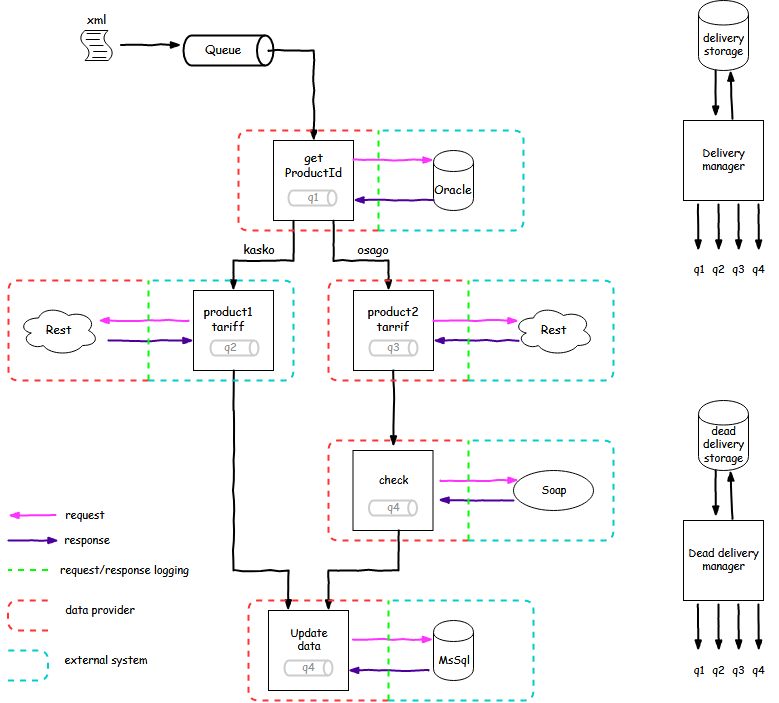
Earlier version of the draw.io export api.png (bot-rogerthat/elk). Source tidied: cells renumbered, new cells last; positions are measured from the earlier drawing's top-left corner, leaving out a move shared by most shapes.
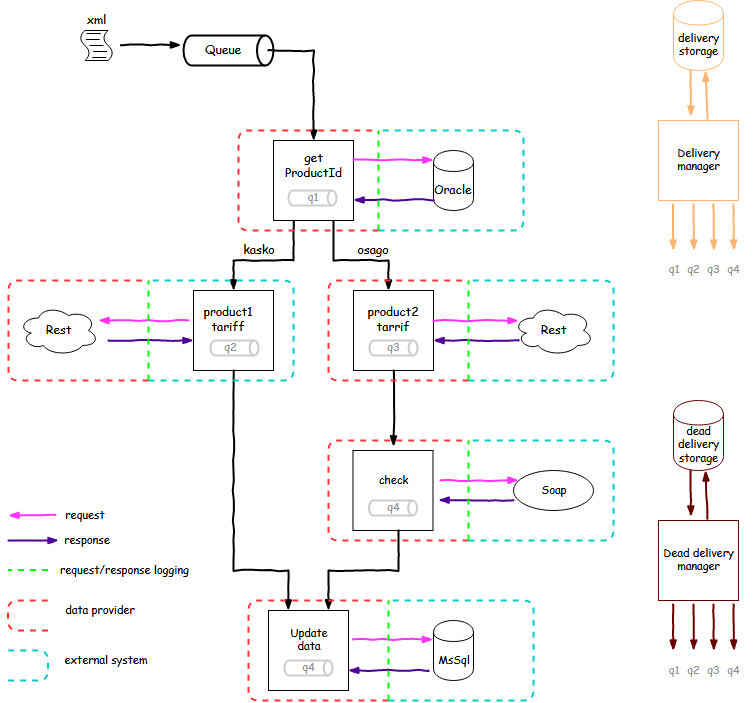
The same diagram one commit later.

The edit, as a diff of the source:
```diff
@@ -391,109 +391,109 @@
     <mxCell id="75" value="q4" style="text;html=1;strokeColor=none;fillColor=none;align=center;verticalAlign=middle;whiteSpace=wrap;rounded=0;labelBackgroundColor=none;fontFamily=Comic Sans MS;fontSize=11;fontColor=#8F8F8F;" parent="1" vertex="1">
       <mxGeometry x="280" y="657.5" width="40" height="20" as="geometry" />
     </mxCell>
-    <mxCell id="76" value="delivery storage" style="shape=cylinder;whiteSpace=wrap;html=1;boundedLbl=1;backgroundOutline=1;labelBackgroundColor=none;strokeColor=#000000;fontFamily=Comic Sans MS;fontSize=11;fontColor=#000000;align=center;" parent="1" vertex="1">
-      <mxGeometry x="690" width="50" height="70" as="geometry" />
+    <mxCell id="76" value="delivery storage" style="shape=cylinder;whiteSpace=wrap;html=1;boundedLbl=1;backgroundOutline=1;labelBackgroundColor=none;strokeColor=#FFB570;fontFamily=Comic Sans MS;fontSize=11;fontColor=#000000;align=center;" parent="1" vertex="1">
+      <mxGeometry x="665" width="50" height="70" as="geometry" />
     </mxCell>
-    <mxCell id="77" value="Delivery manager" style="whiteSpace=wrap;html=1;labelBackgroundColor=none;strokeColor=#000000;fontFamily=Comic Sans MS;fontSize=11;fontColor=#000000;align=center;" parent="1" vertex="1">
-      <mxGeometry x="675" y="120" width="80" height="80" as="geometry" />
+    <mxCell id="77" value="Delivery manager" style="whiteSpace=wrap;html=1;labelBackgroundColor=none;strokeColor=#FFB570;fontFamily=Comic Sans MS;fontSize=11;fontColor=#000000;align=center;" parent="1" vertex="1">
+      <mxGeometry x="650" y="120" width="80" height="80" as="geometry" />
     </mxCell>
-    <mxCell id="78" style="rounded=0;comic=1;strokeWidth=2;endArrow=blockThin;html=1;fontFamily=Comic Sans MS;fontStyle=1;entryX=0.403;entryY=-0.049;entryDx=0;entryDy=0;entryPerimeter=0;" parent="1" edge="1" target="77">
+    <mxCell id="78" style="rounded=0;comic=1;strokeWidth=2;endArrow=blockThin;html=1;fontFamily=Comic Sans MS;fontStyle=1;entryX=0.403;entryY=-0.049;entryDx=0;entryDy=0;entryPerimeter=0;strokeColor=#FFB570;" parent="1" edge="1" target="77">
       <mxGeometry relative="1" as="geometry">
-        <mxPoint x="707" y="70" as="sourcePoint" />
+        <mxPoint x="682" y="70" as="sourcePoint" />
       </mxGeometry>
     </mxCell>
-    <mxCell id="79" style="rounded=0;comic=1;strokeWidth=2;endArrow=blockThin;html=1;fontFamily=Comic Sans MS;fontStyle=1;exitX=0.61;exitY=-0.023;exitDx=0;exitDy=0;exitPerimeter=0;" parent="1" edge="1" source="77">
+    <mxCell id="79" style="rounded=0;comic=1;strokeWidth=2;endArrow=blockThin;html=1;fontFamily=Comic Sans MS;fontStyle=1;exitX=0.61;exitY=-0.023;exitDx=0;exitDy=0;exitPerimeter=0;strokeColor=#FFB570;" parent="1" edge="1" source="77">
       <mxGeometry relative="1" as="geometry">
-        <mxPoint x="722" y="70" as="targetPoint" />
+        <mxPoint x="697" y="70" as="targetPoint" />
       </mxGeometry>
     </mxCell>
-    <mxCell id="80" style="rounded=0;comic=1;strokeWidth=2;endArrow=blockThin;html=1;fontFamily=Comic Sans MS;fontStyle=1;entryX=0.403;entryY=-0.049;entryDx=0;entryDy=0;entryPerimeter=0;" parent="1" edge="1">
+    <mxCell id="80" style="rounded=0;comic=1;strokeWidth=2;endArrow=blockThin;html=1;fontFamily=Comic Sans MS;fontStyle=1;entryX=0.403;entryY=-0.049;entryDx=0;entryDy=0;entryPerimeter=0;strokeColor=#FFB570;" parent="1" edge="1">
       <mxGeometry relative="1" as="geometry">
-        <mxPoint x="689.5" y="204" as="sourcePoint" />
-        <mxPoint x="689.8" y="250.1" as="targetPoint" />
+        <mxPoint x="664.5" y="204" as="sourcePoint" />
+        <mxPoint x="664.8" y="250.1" as="targetPoint" />
       </mxGeometry>
     </mxCell>
-    <mxCell id="81" style="rounded=0;comic=1;strokeWidth=2;endArrow=blockThin;html=1;fontFamily=Comic Sans MS;fontStyle=1;entryX=0.403;entryY=-0.049;entryDx=0;entryDy=0;entryPerimeter=0;" parent="1" edge="1">
+    <mxCell id="81" style="rounded=0;comic=1;strokeWidth=2;endArrow=blockThin;html=1;fontFamily=Comic Sans MS;fontStyle=1;entryX=0.403;entryY=-0.049;entryDx=0;entryDy=0;entryPerimeter=0;strokeColor=#FFB570;" parent="1" edge="1">
       <mxGeometry relative="1" as="geometry">
-        <mxPoint x="710" y="204" as="sourcePoint" />
-        <mxPoint x="710.3" y="250.1" as="targetPoint" />
+        <mxPoint x="685" y="204" as="sourcePoint" />
+        <mxPoint x="685.3" y="250.1" as="targetPoint" />
       </mxGeometry>
     </mxCell>
-    <mxCell id="82" style="rounded=0;comic=1;strokeWidth=2;endArrow=blockThin;html=1;fontFamily=Comic Sans MS;fontStyle=1;entryX=0.403;entryY=-0.049;entryDx=0;entryDy=0;entryPerimeter=0;" parent="1" edge="1">
+    <mxCell id="82" style="rounded=0;comic=1;strokeWidth=2;endArrow=blockThin;html=1;fontFamily=Comic Sans MS;fontStyle=1;entryX=0.403;entryY=-0.049;entryDx=0;entryDy=0;entryPerimeter=0;strokeColor=#FFB570;" parent="1" edge="1">
       <mxGeometry relative="1" as="geometry">
-        <mxPoint x="730" y="204" as="sourcePoint" />
-        <mxPoint x="730.3" y="250.1" as="targetPoint" />
+        <mxPoint x="705" y="204" as="sourcePoint" />
+        <mxPoint x="705.3" y="250.1" as="targetPoint" />
       </mxGeometry>
     </mxCell>
-    <mxCell id="83" style="rounded=0;comic=1;strokeWidth=2;endArrow=blockThin;html=1;fontFamily=Comic Sans MS;fontStyle=1;entryX=0.403;entryY=-0.049;entryDx=0;entryDy=0;entryPerimeter=0;" parent="1" edge="1">
+    <mxCell id="83" style="rounded=0;comic=1;strokeWidth=2;endArrow=blockThin;html=1;fontFamily=Comic Sans MS;fontStyle=1;entryX=0.403;entryY=-0.049;entryDx=0;entryDy=0;entryPerimeter=0;strokeColor=#FFB570;" parent="1" edge="1">
       <mxGeometry relative="1" as="geometry">
-        <mxPoint x="750" y="204" as="sourcePoint" />
-        <mxPoint x="750.3" y="250.1" as="targetPoint" />
+        <mxPoint x="725" y="204" as="sourcePoint" />
+        <mxPoint x="725.3" y="250.1" as="targetPoint" />
       </mxGeometry>
     </mxCell>
-    <mxCell id="84" value="q1" style="text;html=1;strokeColor=none;fillColor=none;align=center;verticalAlign=middle;whiteSpace=wrap;rounded=0;labelBackgroundColor=none;fontFamily=Comic Sans MS;fontSize=11;fontColor=#000000;" parent="1" vertex="1">
-      <mxGeometry x="670" y="260" width="40" height="20" as="geometry" />
+    <mxCell id="84" value="q1" style="text;html=1;strokeColor=none;fillColor=none;align=center;verticalAlign=middle;whiteSpace=wrap;rounded=0;labelBackgroundColor=none;fontFamily=Comic Sans MS;fontSize=11;fontColor=#8F8F8F;" parent="1" vertex="1">
+      <mxGeometry x="645" y="260" width="40" height="20" as="geometry" />
     </mxCell>
-    <mxCell id="85" value="q2" style="text;html=1;strokeColor=none;fillColor=none;align=center;verticalAlign=middle;whiteSpace=wrap;rounded=0;labelBackgroundColor=none;fontFamily=Comic Sans MS;fontSize=11;fontColor=#000000;" parent="1" vertex="1">
-      <mxGeometry x="690" y="260" width="40" height="20" as="geometry" />
+    <mxCell id="85" value="q2" style="text;html=1;strokeColor=none;fillColor=none;align=center;verticalAlign=middle;whiteSpace=wrap;rounded=0;labelBackgroundColor=none;fontFamily=Comic Sans MS;fontSize=11;fontColor=#8F8F8F;" parent="1" vertex="1">
+      <mxGeometry x="665" y="260" width="40" height="20" as="geometry" />
     </mxCell>
-    <mxCell id="86" value="q3" style="text;html=1;strokeColor=none;fillColor=none;align=center;verticalAlign=middle;whiteSpace=wrap;rounded=0;labelBackgroundColor=none;fontFamily=Comic Sans MS;fontSize=11;fontColor=#000000;" parent="1" vertex="1">
-      <mxGeometry x="710" y="260" width="40" height="20" as="geometry" />
+    <mxCell id="86" value="q3" style="text;html=1;strokeColor=none;fillColor=none;align=center;verticalAlign=middle;whiteSpace=wrap;rounded=0;labelBackgroundColor=none;fontFamily=Comic Sans MS;fontSize=11;fontColor=#8F8F8F;" parent="1" vertex="1">
+      <mxGeometry x="685" y="260" width="40" height="20" as="geometry" />
     </mxCell>
-    <mxCell id="87" value="q4" style="text;html=1;strokeColor=none;fillColor=none;align=center;verticalAlign=middle;whiteSpace=wrap;rounded=0;labelBackgroundColor=none;fontFamily=Comic Sans MS;fontSize=11;fontColor=#000000;" parent="1" vertex="1">
-      <mxGeometry x="730" y="260" width="40" height="20" as="geometry" />
+    <mxCell id="87" value="q4" style="text;html=1;strokeColor=none;fillColor=none;align=center;verticalAlign=middle;whiteSpace=wrap;rounded=0;labelBackgroundColor=none;fontFamily=Comic Sans MS;fontSize=11;fontColor=#8F8F8F;" parent="1" vertex="1">
+      <mxGeometry x="705" y="260" width="40" height="20" as="geometry" />
     </mxCell>
-    <mxCell id="88" value="&lt;div&gt;dead&lt;/div&gt;&lt;div&gt;delivery storage&lt;/div&gt;" style="shape=cylinder;whiteSpace=wrap;html=1;boundedLbl=1;backgroundOutline=1;labelBackgroundColor=none;strokeColor=#000000;fontFamily=Comic Sans MS;fontSize=11;fontColor=#000000;align=center;" parent="1" vertex="1">
-      <mxGeometry x="690" y="400" width="50" height="70" as="geometry" />
+    <mxCell id="88" value="&lt;div&gt;dead&lt;/div&gt;&lt;div&gt;delivery storage&lt;/div&gt;" style="shape=cylinder;whiteSpace=wrap;html=1;boundedLbl=1;backgroundOutline=1;labelBackgroundColor=none;strokeColor=#690000;fontFamily=Comic Sans MS;fontSize=11;fontColor=#000000;align=center;" parent="1" vertex="1">
+      <mxGeometry x="665" y="400" width="50" height="70" as="geometry" />
     </mxCell>
-    <mxCell id="89" value="Dead delivery manager" style="whiteSpace=wrap;html=1;labelBackgroundColor=none;strokeColor=#000000;fontFamily=Comic Sans MS;fontSize=11;fontColor=#000000;align=center;" parent="1" vertex="1">
-      <mxGeometry x="675" y="520" width="80" height="80" as="geometry" />
+    <mxCell id="89" value="Dead delivery manager" style="whiteSpace=wrap;html=1;labelBackgroundColor=none;strokeColor=#690000;fontFamily=Comic Sans MS;fontSize=11;fontColor=#000000;align=center;" parent="1" vertex="1">
+      <mxGeometry x="650" y="520" width="80" height="80" as="geometry" />
     </mxCell>
-    <mxCell id="90" style="rounded=0;comic=1;strokeWidth=2;endArrow=blockThin;html=1;fontFamily=Comic Sans MS;fontStyle=1;entryX=0.403;entryY=-0.049;entryDx=0;entryDy=0;entryPerimeter=0;" parent="1" edge="1" target="89">
+    <mxCell id="90" style="rounded=0;comic=1;strokeWidth=2;endArrow=blockThin;html=1;fontFamily=Comic Sans MS;fontStyle=1;entryX=0.403;entryY=-0.049;entryDx=0;entryDy=0;entryPerimeter=0;strokeColor=#690000;" parent="1" edge="1" target="89">
       <mxGeometry relative="1" as="geometry">
-        <mxPoint x="707" y="470" as="sourcePoint" />
+        <mxPoint x="682" y="470" as="sourcePoint" />
       </mxGeometry>
     </mxCell>
-    <mxCell id="91" style="rounded=0;comic=1;strokeWidth=2;endArrow=blockThin;html=1;fontFamily=Comic Sans MS;fontStyle=1;exitX=0.61;exitY=-0.023;exitDx=0;exitDy=0;exitPerimeter=0;" parent="1" edge="1" source="89">
+    <mxCell id="91" style="rounded=0;comic=1;strokeWidth=2;endArrow=blockThin;html=1;fontFamily=Comic Sans MS;fontStyle=1;exitX=0.61;exitY=-0.023;exitDx=0;exitDy=0;exitPerimeter=0;strokeColor=#690000;" parent="1" edge="1" source="89">
       <mxGeometry relative="1" as="geometry">
-        <mxPoint x="722" y="470" as="targetPoint" />
+        <mxPoint x="697" y="470" as="targetPoint" />
       </mxGeometry>
     </mxCell>
-    <mxCell id="92" style="rounded=0;comic=1;strokeWidth=2;endArrow=blockThin;html=1;fontFamily=Comic Sans MS;fontStyle=1;entryX=0.403;entryY=-0.049;entryDx=0;entryDy=0;entryPerimeter=0;" parent="1" edge="1">
+    <mxCell id="92" style="rounded=0;comic=1;strokeWidth=2;endArrow=blockThin;html=1;fontFamily=Comic Sans MS;fontStyle=1;entryX=0.403;entryY=-0.049;entryDx=0;entryDy=0;entryPerimeter=0;strokeColor=#690000;" parent="1" edge="1">
       <mxGeometry relative="1" as="geometry">
-        <mxPoint x="689.5" y="604" as="sourcePoint" />
-        <mxPoint x="689.8" y="650.1" as="targetPoint" />
+        <mxPoint x="664.5" y="604" as="sourcePoint" />
+        <mxPoint x="664.8" y="650.1" as="targetPoint" />
       </mxGeometry>
     </mxCell>
-    <mxCell id="93" style="rounded=0;comic=1;strokeWidth=2;endArrow=blockThin;html=1;fontFamily=Comic Sans MS;fontStyle=1;entryX=0.403;entryY=-0.049;entryDx=0;entryDy=0;entryPerimeter=0;" parent="1" edge="1">
+    <mxCell id="93" style="rounded=0;comic=1;strokeWidth=2;endArrow=blockThin;html=1;fontFamily=Comic Sans MS;fontStyle=1;entryX=0.403;entryY=-0.049;entryDx=0;entryDy=0;entryPerimeter=0;strokeColor=#690000;" parent="1" edge="1">
       <mxGeometry relative="1" as="geometry">
-        <mxPoint x="710" y="604" as="sourcePoint" />
-        <mxPoint x="710.3" y="650.1" as="targetPoint" />
+        <mxPoint x="685" y="604" as="sourcePoint" />
+        <mxPoint x="685.3" y="650.1" as="targetPoint" />
       </mxGeometry>
     </mxCell>
-    <mxCell id="94" style="rounded=0;comic=1;strokeWidth=2;endArrow=blockThin;html=1;fontFamily=Comic Sans MS;fontStyle=1;entryX=0.403;entryY=-0.049;entryDx=0;entryDy=0;entryPerimeter=0;" parent="1" edge="1">
+    <mxCell id="94" style="rounded=0;comic=1;strokeWidth=2;endArrow=blockThin;html=1;fontFamily=Comic Sans MS;fontStyle=1;entryX=0.403;entryY=-0.049;entryDx=0;entryDy=0;entryPerimeter=0;strokeColor=#690000;" parent="1" edge="1">
       <mxGeometry relative="1" as="geometry">
-        <mxPoint x="730" y="604" as="sourcePoint" />
-        <mxPoint x="730.3" y="650.1" as="targetPoint" />
+        <mxPoint x="705" y="604" as="sourcePoint" />
+        <mxPoint x="705.3" y="650.1" as="targetPoint" />
       </mxGeometry>
     </mxCell>
-    <mxCell id="95" style="rounded=0;comic=1;strokeWidth=2;endArrow=blockThin;html=1;fontFamily=Comic Sans MS;fontStyle=1;entryX=0.403;entryY=-0.049;entryDx=0;entryDy=0;entryPerimeter=0;" parent="1" edge="1">
+    <mxCell id="95" style="rounded=0;comic=1;strokeWidth=2;endArrow=blockThin;html=1;fontFamily=Comic Sans MS;fontStyle=1;entryX=0.403;entryY=-0.049;entryDx=0;entryDy=0;entryPerimeter=0;strokeColor=#690000;" parent="1" edge="1">
       <mxGeometry relative="1" as="geometry">
-        <mxPoint x="750" y="604" as="sourcePoint" />
-        <mxPoint x="750.3" y="650.1" as="targetPoint" />
+        <mxPoint x="725" y="604" as="sourcePoint" />
+        <mxPoint x="725.3" y="650.1" as="targetPoint" />
       </mxGeometry>
     </mxCell>
-    <mxCell id="96" value="q1" style="text;html=1;strokeColor=none;fillColor=none;align=center;verticalAlign=middle;whiteSpace=wrap;rounded=0;labelBackgroundColor=none;fontFamily=Comic Sans MS;fontSize=11;fontColor=#000000;" parent="1" vertex="1">
-      <mxGeometry x="670" y="660" width="40" height="20" as="geometry" />
+    <mxCell id="96" value="q1" style="text;html=1;strokeColor=none;fillColor=none;align=center;verticalAlign=middle;whiteSpace=wrap;rounded=0;labelBackgroundColor=none;fontFamily=Comic Sans MS;fontSize=11;fontColor=#8F8F8F;" parent="1" vertex="1">
+      <mxGeometry x="645" y="660" width="40" height="20" as="geometry" />
     </mxCell>
-    <mxCell id="97" value="q2" style="text;html=1;strokeColor=none;fillColor=none;align=center;verticalAlign=middle;whiteSpace=wrap;rounded=0;labelBackgroundColor=none;fontFamily=Comic Sans MS;fontSize=11;fontColor=#000000;" parent="1" vertex="1">
-      <mxGeometry x="690" y="660" width="40" height="20" as="geometry" />
+    <mxCell id="97" value="q2" style="text;html=1;strokeColor=none;fillColor=none;align=center;verticalAlign=middle;whiteSpace=wrap;rounded=0;labelBackgroundColor=none;fontFamily=Comic Sans MS;fontSize=11;fontColor=#8F8F8F;" parent="1" vertex="1">
+      <mxGeometry x="665" y="660" width="40" height="20" as="geometry" />
     </mxCell>
-    <mxCell id="98" value="q3" style="text;html=1;strokeColor=none;fillColor=none;align=center;verticalAlign=middle;whiteSpace=wrap;rounded=0;labelBackgroundColor=none;fontFamily=Comic Sans MS;fontSize=11;fontColor=#000000;" parent="1" vertex="1">
-      <mxGeometry x="710" y="660" width="40" height="20" as="geometry" />
+    <mxCell id="98" value="q3" style="text;html=1;strokeColor=none;fillColor=none;align=center;verticalAlign=middle;whiteSpace=wrap;rounded=0;labelBackgroundColor=none;fontFamily=Comic Sans MS;fontSize=11;fontColor=#8F8F8F;" parent="1" vertex="1">
+      <mxGeometry x="685" y="660" width="40" height="20" as="geometry" />
     </mxCell>
-    <mxCell id="99" value="q4" style="text;html=1;strokeColor=none;fillColor=none;align=center;verticalAlign=middle;whiteSpace=wrap;rounded=0;labelBackgroundColor=none;fontFamily=Comic Sans MS;fontSize=11;fontColor=#000000;" parent="1" vertex="1">
-      <mxGeometry x="730" y="660" width="40" height="20" as="geometry" />
+    <mxCell id="99" value="q4" style="text;html=1;strokeColor=none;fillColor=none;align=center;verticalAlign=middle;whiteSpace=wrap;rounded=0;labelBackgroundColor=none;fontFamily=Comic Sans MS;fontSize=11;fontColor=#8F8F8F;" parent="1" vertex="1">
+      <mxGeometry x="705" y="660" width="40" height="20" as="geometry" />
     </mxCell>
     <mxCell id="100" style="rounded=0;comic=1;strokeWidth=2;endArrow=blockThin;html=1;fontFamily=Comic Sans MS;fontStyle=1;fontSize=11;strokeColor=#FF33FF;" parent="1" edge="1">
       <mxGeometry relative="1" as="geometry">
```
